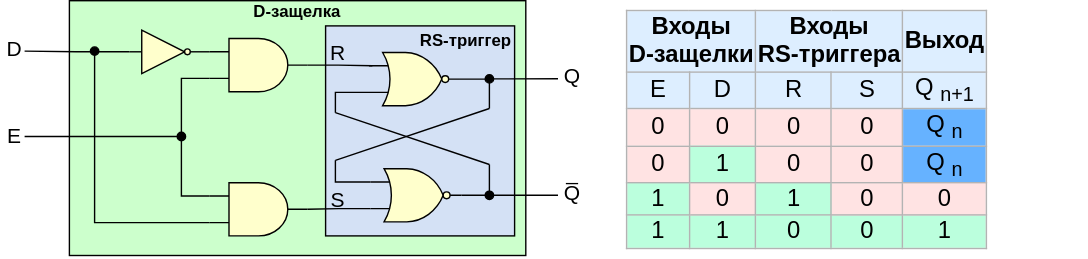
Before: .pic/Introduction/Sequential logic/fig_04.drawio.svg, a diagram exported from draw.io (MPSU/APS). Source tidied: cells renumbered, new cells last; positions are measured from the earlier drawing's top-left corner, leaving out a move shared by most shapes.
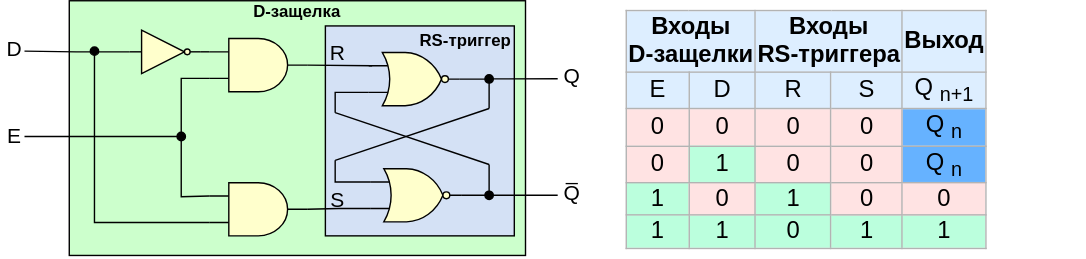
The same diagram one commit later.

Commit message:
Исправление опечатки в рис. 4 Introduction

Fixes #105

The edit, as a diff of the source:
```diff
@@ -136,7 +136,7 @@
     <mxCell id="30" style="edgeStyle=orthogonalEdgeStyle;rounded=0;jettySize=auto;html=1;exitX=1;exitY=0.5;exitDx=0;exitDy=0;exitPerimeter=0;entryX=0;entryY=0.25;entryDx=0;entryDy=0;entryPerimeter=0;endArrow=none;endFill=0;" parent="1" edge="1" source="29" target="26">
       <mxGeometry relative="1" as="geometry" />
     </mxCell>
-    <mxCell id="31" value="&lt;table border=&quot;1&quot; class=&quot;wikitable&quot; style=&quot;text-align: center; font-size: 17px; border: 1px solid rgb(179, 179, 179); border-collapse: collapse;&quot; id=&quot;mwAjk&quot;&gt;&lt;tbody id=&quot;mwAjs&quot;&gt;&lt;tr style=&quot;background:#def;&quot; id=&quot;mwAjw&quot;&gt;&lt;td colspan=&quot;2&quot; id=&quot;mwAj0&quot;&gt;&lt;b&gt;&lt;font style=&quot;font-size: 17px;&quot;&gt;Входы&lt;br&gt;&amp;nbsp;D-защелки&amp;nbsp;&lt;/font&gt;&lt;/b&gt;&lt;/td&gt;&lt;td colspan=&quot;2&quot; id=&quot;mwAj8&quot;&gt;&lt;b id=&quot;mwAkA&quot;&gt;&lt;font style=&quot;font-size: 17px;&quot;&gt;Входы&lt;br&gt;RS-триггера&lt;/font&gt;&lt;/b&gt;&lt;/td&gt;&lt;td colspan=&quot;2&quot;&gt;&lt;b&gt;&lt;font style=&quot;font-size: 17px;&quot;&gt;&amp;nbsp; &amp;nbsp;Выход&amp;nbsp; &amp;nbsp;&lt;/font&gt;&lt;/b&gt;&lt;/td&gt;&lt;/tr&gt;&lt;tr style=&quot;background:#def;&quot; id=&quot;mwAkE&quot;&gt;&lt;td id=&quot;mwAkI&quot;&gt;&lt;font style=&quot;font-size: 17px;&quot;&gt;E&lt;/font&gt;&lt;/td&gt;&lt;td id=&quot;mwAkM&quot;&gt;&lt;font style=&quot;font-size: 17px;&quot;&gt;D&lt;/font&gt;&lt;/td&gt;&lt;td id=&quot;mwAkQ&quot;&gt;&lt;font style=&quot;font-size: 17px;&quot;&gt;R&lt;/font&gt;&lt;/td&gt;&lt;td id=&quot;mwAkU&quot;&gt;&lt;font style=&quot;font-size: 17px;&quot;&gt;S&lt;/font&gt;&lt;/td&gt;&lt;td id=&quot;mwAkY&quot;&gt;&lt;font style=&quot;font-size: 17px;&quot;&gt;Q&lt;sub&gt;n+1&lt;/sub&gt;&lt;/font&gt;&lt;/td&gt;&lt;/tr&gt;&lt;tr id=&quot;mwAko&quot;&gt;&lt;td style=&quot;background-color: rgb(255, 227, 227);&quot; id=&quot;mwAks&quot;&gt;&lt;font style=&quot;font-size: 17px;&quot;&gt;0&lt;/font&gt;&lt;/td&gt;&lt;td style=&quot;background-color: rgb(255, 227, 227);&quot; id=&quot;mwAkw&quot;&gt;&lt;font style=&quot;font-size: 17px;&quot;&gt;0&lt;/font&gt;&lt;/td&gt;&lt;td style=&quot;background: #FFE3E3; color: black; vertical-align: middle; text-align: center;&quot; class=&quot;table-no2&quot; data-mw=&quot;{&amp;quot;parts&amp;quot;:[&amp;quot;|| &amp;quot;,{&amp;quot;template&amp;quot;:{&amp;quot;target&amp;quot;:{&amp;quot;wt&amp;quot;:&amp;quot;no2&amp;quot;,&amp;quot;href&amp;quot;:&amp;quot;./Template:No2&amp;quot;},&amp;quot;params&amp;quot;:{&amp;quot;1&amp;quot;:{&amp;quot;wt&amp;quot;:&amp;quot;0&amp;quot;}},&amp;quot;i&amp;quot;:0}},&amp;quot; &amp;quot;]}&quot; id=&quot;mwASM&quot;&gt;&lt;font style=&quot;font-size: 17px;&quot;&gt;0&lt;/font&gt;&lt;/td&gt;&lt;td style=&quot;background: rgb(255, 227, 227); color: black; vertical-align: middle; text-align: center;&quot; class=&quot;table-yes2&quot; data-mw=&quot;{&amp;quot;parts&amp;quot;:[&amp;quot;|| &amp;quot;,{&amp;quot;template&amp;quot;:{&amp;quot;target&amp;quot;:{&amp;quot;wt&amp;quot;:&amp;quot;yes2&amp;quot;,&amp;quot;href&amp;quot;:&amp;quot;./Template:Yes2&amp;quot;},&amp;quot;params&amp;quot;:{&amp;quot;1&amp;quot;:{&amp;quot;wt&amp;quot;:&amp;quot;1&amp;quot;}},&amp;quot;i&amp;quot;:0}},&amp;quot; &amp;quot;]}&quot; id=&quot;mwASc&quot;&gt;&lt;font style=&quot;font-size: 17px;&quot;&gt;0&lt;/font&gt;&lt;/td&gt;&lt;td style=&quot;background: rgb(102, 178, 255); color: black; text-align: center;&quot; class=&quot;table-no2&quot; data-mw=&quot;{&amp;quot;parts&amp;quot;:[&amp;quot;|| &amp;quot;,{&amp;quot;template&amp;quot;:{&amp;quot;target&amp;quot;:{&amp;quot;wt&amp;quot;:&amp;quot;no2&amp;quot;,&amp;quot;href&amp;quot;:&amp;quot;./Template:No2&amp;quot;},&amp;quot;params&amp;quot;:{&amp;quot;1&amp;quot;:{&amp;quot;wt&amp;quot;:&amp;quot;0&amp;quot;}},&amp;quot;i&amp;quot;:0}},&amp;quot; &amp;quot;]}&quot; id=&quot;mwASM&quot;&gt;&lt;span style=&quot;vertical-align: middle;&quot;&gt;Q&lt;/span&gt;&lt;sub&gt;n&lt;/sub&gt;&lt;br&gt;&lt;/td&gt;&lt;/tr&gt;&lt;tr id=&quot;mwAlM&quot;&gt;&lt;td style=&quot;background-color: rgb(255, 227, 227);&quot; id=&quot;mwAlQ&quot;&gt;&lt;font style=&quot;font-size: 17px;&quot;&gt;0&lt;/font&gt;&lt;/td&gt;&lt;td style=&quot;background-color: rgb(187, 255, 221);&quot; id=&quot;mwAlU&quot;&gt;&lt;font style=&quot;font-size: 17px;&quot;&gt;1&lt;/font&gt;&lt;/td&gt;&lt;td style=&quot;background: #FFE3E3; color: black; vertical-align: middle; text-align: center;&quot; class=&quot;table-no2&quot; data-mw=&quot;{&amp;quot;parts&amp;quot;:[&amp;quot;|| &amp;quot;,{&amp;quot;template&amp;quot;:{&amp;quot;target&amp;quot;:{&amp;quot;wt&amp;quot;:&amp;quot;no2&amp;quot;,&amp;quot;href&amp;quot;:&amp;quot;./Template:No2&amp;quot;},&amp;quot;params&amp;quot;:{&amp;quot;1&amp;quot;:{&amp;quot;wt&amp;quot;:&amp;quot;0&amp;quot;}},&amp;quot;i&amp;quot;:0}},&amp;quot; &amp;quot;]}&quot; id=&quot;mwASM&quot;&gt;&lt;font style=&quot;font-size: 17px;&quot;&gt;0&lt;/font&gt;&lt;/td&gt;&lt;td style=&quot;background: rgb(255, 227, 227); color: black; vertical-align: middle; text-align: center;&quot; class=&quot;table-yes2&quot; data-mw=&quot;{&amp;quot;parts&amp;quot;:[&amp;quot;|| &amp;quot;,{&amp;quot;template&amp;quot;:{&amp;quot;target&amp;quot;:{&amp;quot;wt&amp;quot;:&amp;quot;yes2&amp;quot;,&amp;quot;href&amp;quot;:&amp;quot;./Template:Yes2&amp;quot;},&amp;quot;params&amp;quot;:{&amp;quot;1&amp;quot;:{&amp;quot;wt&amp;quot;:&amp;quot;1&amp;quot;}},&amp;quot;i&amp;quot;:0}},&amp;quot; &amp;quot;]}&quot; id=&quot;mwASc&quot;&gt;&lt;font style=&quot;font-size: 17px;&quot;&gt;0&lt;/font&gt;&lt;/td&gt;&lt;td style=&quot;background: rgb(102, 178, 255); color: black; text-align: center;&quot; class=&quot;table-yes2&quot; data-mw=&quot;{&amp;quot;parts&amp;quot;:[&amp;quot;|| &amp;quot;,{&amp;quot;template&amp;quot;:{&amp;quot;target&amp;quot;:{&amp;quot;wt&amp;quot;:&amp;quot;yes2&amp;quot;,&amp;quot;href&amp;quot;:&amp;quot;./Template:Yes2&amp;quot;},&amp;quot;params&amp;quot;:{&amp;quot;1&amp;quot;:{&amp;quot;wt&amp;quot;:&amp;quot;1&amp;quot;}},&amp;quot;i&amp;quot;:0}},&amp;quot; &amp;quot;]}&quot; id=&quot;mwASc&quot;&gt;&lt;font style=&quot;font-size: 17px;&quot;&gt;&lt;span style=&quot;vertical-align: middle;&quot;&gt;Q&lt;/span&gt;&lt;sub&gt;n&lt;/sub&gt;&lt;/font&gt;&lt;/td&gt;&lt;/tr&gt;&lt;tr id=&quot;mwAlw&quot;&gt;&lt;td style=&quot;background-color: rgb(187, 255, 221);&quot; id=&quot;mwAl0&quot;&gt;&lt;font style=&quot;font-size: 17px;&quot;&gt;1&lt;/font&gt;&lt;/td&gt;&lt;td style=&quot;background-color: rgb(255, 227, 227);&quot; id=&quot;mwAl4&quot;&gt;&lt;font style=&quot;font-size: 17px;&quot;&gt;0&lt;/font&gt;&lt;/td&gt;&lt;td style=&quot;background: rgb(187, 255, 221); color: black; vertical-align: middle; text-align: center;&quot; class=&quot;table-no2&quot; data-mw=&quot;{&amp;quot;parts&amp;quot;:[&amp;quot;|| &amp;quot;,{&amp;quot;template&amp;quot;:{&amp;quot;target&amp;quot;:{&amp;quot;wt&amp;quot;:&amp;quot;no2&amp;quot;,&amp;quot;href&amp;quot;:&amp;quot;./Template:No2&amp;quot;},&amp;quot;params&amp;quot;:{&amp;quot;1&amp;quot;:{&amp;quot;wt&amp;quot;:&amp;quot;0&amp;quot;}},&amp;quot;i&amp;quot;:0}},&amp;quot; &amp;quot;]}&quot; id=&quot;mwASM&quot;&gt;&lt;font style=&quot;font-size: 17px;&quot;&gt;1&lt;/font&gt;&lt;/td&gt;&lt;td style=&quot;background: rgb(255, 227, 227); color: black; vertical-align: middle; text-align: center;&quot; class=&quot;table-yes2&quot; data-mw=&quot;{&amp;quot;parts&amp;quot;:[&amp;quot;|| &amp;quot;,{&amp;quot;template&amp;quot;:{&amp;quot;target&amp;quot;:{&amp;quot;wt&amp;quot;:&amp;quot;yes2&amp;quot;,&amp;quot;href&amp;quot;:&amp;quot;./Template:Yes2&amp;quot;},&amp;quot;params&amp;quot;:{&amp;quot;1&amp;quot;:{&amp;quot;wt&amp;quot;:&amp;quot;1&amp;quot;}},&amp;quot;i&amp;quot;:0}},&amp;quot; &amp;quot;]}&quot; id=&quot;mwASc&quot;&gt;&lt;font style=&quot;font-size: 17px;&quot;&gt;0&lt;/font&gt;&lt;/td&gt;&lt;td style=&quot;background: rgb(255, 227, 227); color: black; vertical-align: middle; text-align: center;&quot; class=&quot;table-yes2&quot; data-mw=&quot;{&amp;quot;parts&amp;quot;:[&amp;quot;|| &amp;quot;,{&amp;quot;template&amp;quot;:{&amp;quot;target&amp;quot;:{&amp;quot;wt&amp;quot;:&amp;quot;yes2&amp;quot;,&amp;quot;href&amp;quot;:&amp;quot;./Template:Yes2&amp;quot;},&amp;quot;params&amp;quot;:{&amp;quot;1&amp;quot;:{&amp;quot;wt&amp;quot;:&amp;quot;1&amp;quot;}},&amp;quot;i&amp;quot;:0}},&amp;quot; &amp;quot;]}&quot; id=&quot;mwASc&quot;&gt;&lt;font style=&quot;font-size: 17px;&quot;&gt;0&lt;/font&gt;&lt;/td&gt;&lt;/tr&gt;&lt;tr id=&quot;mwAmU&quot;&gt;&lt;td style=&quot;background-color: rgb(187, 255, 221);&quot; id=&quot;mwAmY&quot;&gt;&lt;font style=&quot;font-size: 17px;&quot;&gt;1&lt;/font&gt;&lt;/td&gt;&lt;td style=&quot;background-color: rgb(187, 255, 221);&quot; id=&quot;mwAmc&quot;&gt;&lt;font style=&quot;font-size: 17px;&quot;&gt;1&lt;/font&gt;&lt;/td&gt;&lt;td style=&quot;background:#bfd; color:black; vertical-align:middle; text-align:center;&quot; class=&quot;table-yes2&quot; data-mw=&quot;{&amp;quot;parts&amp;quot;:[&amp;quot;|| &amp;quot;,{&amp;quot;template&amp;quot;:{&amp;quot;target&amp;quot;:{&amp;quot;wt&amp;quot;:&amp;quot;yes2&amp;quot;,&amp;quot;href&amp;quot;:&amp;quot;./Template:Yes2&amp;quot;},&amp;quot;params&amp;quot;:{&amp;quot;1&amp;quot;:{&amp;quot;wt&amp;quot;:&amp;quot;1&amp;quot;}},&amp;quot;i&amp;quot;:0}},&amp;quot; &amp;quot;]}&quot; id=&quot;mwASc&quot;&gt;0&lt;/td&gt;&lt;td style=&quot;background: rgb(187, 255, 221); color: black; vertical-align: middle; text-align: center;&quot; class=&quot;table-no2&quot; data-mw=&quot;{&amp;quot;parts&amp;quot;:[&amp;quot;|| &amp;quot;,{&amp;quot;template&amp;quot;:{&amp;quot;target&amp;quot;:{&amp;quot;wt&amp;quot;:&amp;quot;no2&amp;quot;,&amp;quot;href&amp;quot;:&amp;quot;./Template:No2&amp;quot;},&amp;quot;params&amp;quot;:{&amp;quot;1&amp;quot;:{&amp;quot;wt&amp;quot;:&amp;quot;0&amp;quot;}},&amp;quot;i&amp;quot;:0}},&amp;quot; &amp;quot;]}&quot; id=&quot;mwASM&quot;&gt;&lt;font style=&quot;font-size: 17px;&quot;&gt;0&lt;/font&gt;&lt;/td&gt;&lt;td style=&quot;background:#bfd; color:black; vertical-align:middle; text-align:center;&quot; class=&quot;table-yes2&quot; data-mw=&quot;{&amp;quot;parts&amp;quot;:[&amp;quot;|| &amp;quot;,{&amp;quot;template&amp;quot;:{&amp;quot;target&amp;quot;:{&amp;quot;wt&amp;quot;:&amp;quot;yes2&amp;quot;,&amp;quot;href&amp;quot;:&amp;quot;./Template:Yes2&amp;quot;},&amp;quot;params&amp;quot;:{&amp;quot;1&amp;quot;:{&amp;quot;wt&amp;quot;:&amp;quot;1&amp;quot;}},&amp;quot;i&amp;quot;:0}},&amp;quot; &amp;quot;]}&quot; id=&quot;mwASc&quot;&gt;&lt;font style=&quot;font-size: 17px;&quot;&gt;1&lt;/font&gt;&lt;/td&gt;&lt;/tr&gt;&lt;/tbody&gt;&lt;/table&gt;" style="text;whiteSpace=wrap;html=1;strokeColor=none;" parent="1" vertex="1">
+    <mxCell id="31" value="&lt;table border=&quot;1&quot; class=&quot;wikitable&quot; style=&quot;text-align: center; font-size: 17px; border: 1px solid rgb(179, 179, 179); border-collapse: collapse;&quot; id=&quot;mwAjk&quot;&gt;&lt;tbody id=&quot;mwAjs&quot;&gt;&lt;tr style=&quot;background: rgb(221, 238, 255);&quot; id=&quot;mwAjw&quot;&gt;&lt;td colspan=&quot;2&quot; id=&quot;mwAj0&quot;&gt;&lt;b&gt;&lt;font style=&quot;font-size: 17px;&quot;&gt;Входы&lt;br&gt;&amp;nbsp;D-защелки&amp;nbsp;&lt;/font&gt;&lt;/b&gt;&lt;/td&gt;&lt;td colspan=&quot;2&quot; id=&quot;mwAj8&quot;&gt;&lt;b id=&quot;mwAkA&quot;&gt;&lt;font style=&quot;font-size: 17px;&quot;&gt;Входы&lt;br&gt;RS-триггера&lt;/font&gt;&lt;/b&gt;&lt;/td&gt;&lt;td colspan=&quot;2&quot;&gt;&lt;b&gt;&lt;font style=&quot;font-size: 17px;&quot;&gt;&amp;nbsp; &amp;nbsp;Выход&amp;nbsp; &amp;nbsp;&lt;/font&gt;&lt;/b&gt;&lt;/td&gt;&lt;/tr&gt;&lt;tr style=&quot;background: rgb(221, 238, 255);&quot; id=&quot;mwAkE&quot;&gt;&lt;td id=&quot;mwAkI&quot;&gt;&lt;font style=&quot;font-size: 17px;&quot;&gt;E&lt;/font&gt;&lt;/td&gt;&lt;td id=&quot;mwAkM&quot;&gt;&lt;font style=&quot;font-size: 17px;&quot;&gt;D&lt;/font&gt;&lt;/td&gt;&lt;td id=&quot;mwAkQ&quot;&gt;&lt;font style=&quot;font-size: 17px;&quot;&gt;R&lt;/font&gt;&lt;/td&gt;&lt;td id=&quot;mwAkU&quot;&gt;&lt;font style=&quot;font-size: 17px;&quot;&gt;S&lt;/font&gt;&lt;/td&gt;&lt;td id=&quot;mwAkY&quot;&gt;&lt;font style=&quot;font-size: 17px;&quot;&gt;Q&lt;sub&gt;n+1&lt;/sub&gt;&lt;/font&gt;&lt;/td&gt;&lt;/tr&gt;&lt;tr id=&quot;mwAko&quot;&gt;&lt;td style=&quot;background-color: rgb(255, 227, 227);&quot; id=&quot;mwAks&quot;&gt;&lt;font style=&quot;font-size: 17px;&quot;&gt;0&lt;/font&gt;&lt;/td&gt;&lt;td style=&quot;background-color: rgb(255, 227, 227);&quot; id=&quot;mwAkw&quot;&gt;&lt;font style=&quot;font-size: 17px;&quot;&gt;0&lt;/font&gt;&lt;/td&gt;&lt;td style=&quot;background: rgb(255, 227, 227); color: black; vertical-align: middle; text-align: center;&quot; class=&quot;table-no2&quot; data-mw=&quot;{&amp;quot;parts&amp;quot;:[&amp;quot;|| &amp;quot;,{&amp;quot;template&amp;quot;:{&amp;quot;target&amp;quot;:{&amp;quot;wt&amp;quot;:&amp;quot;no2&amp;quot;,&amp;quot;href&amp;quot;:&amp;quot;./Template:No2&amp;quot;},&amp;quot;params&amp;quot;:{&amp;quot;1&amp;quot;:{&amp;quot;wt&amp;quot;:&amp;quot;0&amp;quot;}},&amp;quot;i&amp;quot;:0}},&amp;quot; &amp;quot;]}&quot; id=&quot;mwASM&quot;&gt;&lt;font style=&quot;font-size: 17px;&quot;&gt;0&lt;/font&gt;&lt;/td&gt;&lt;td style=&quot;background: rgb(255, 227, 227); color: black; vertical-align: middle; text-align: center;&quot; class=&quot;table-yes2&quot; data-mw=&quot;{&amp;quot;parts&amp;quot;:[&amp;quot;|| &amp;quot;,{&amp;quot;template&amp;quot;:{&amp;quot;target&amp;quot;:{&amp;quot;wt&amp;quot;:&amp;quot;yes2&amp;quot;,&amp;quot;href&amp;quot;:&amp;quot;./Template:Yes2&amp;quot;},&amp;quot;params&amp;quot;:{&amp;quot;1&amp;quot;:{&amp;quot;wt&amp;quot;:&amp;quot;1&amp;quot;}},&amp;quot;i&amp;quot;:0}},&amp;quot; &amp;quot;]}&quot; id=&quot;mwASc&quot;&gt;&lt;font style=&quot;font-size: 17px;&quot;&gt;0&lt;/font&gt;&lt;/td&gt;&lt;td style=&quot;background: rgb(102, 178, 255); color: black; text-align: center;&quot; class=&quot;table-no2&quot; data-mw=&quot;{&amp;quot;parts&amp;quot;:[&amp;quot;|| &amp;quot;,{&amp;quot;template&amp;quot;:{&amp;quot;target&amp;quot;:{&amp;quot;wt&amp;quot;:&amp;quot;no2&amp;quot;,&amp;quot;href&amp;quot;:&amp;quot;./Template:No2&amp;quot;},&amp;quot;params&amp;quot;:{&amp;quot;1&amp;quot;:{&amp;quot;wt&amp;quot;:&amp;quot;0&amp;quot;}},&amp;quot;i&amp;quot;:0}},&amp;quot; &amp;quot;]}&quot; id=&quot;mwASM&quot;&gt;&lt;span style=&quot;vertical-align: middle;&quot;&gt;Q&lt;/span&gt;&lt;sub&gt;n&lt;/sub&gt;&lt;br&gt;&lt;/td&gt;&lt;/tr&gt;&lt;tr id=&quot;mwAlM&quot;&gt;&lt;td style=&quot;background-color: rgb(255, 227, 227);&quot; id=&quot;mwAlQ&quot;&gt;&lt;font style=&quot;font-size: 17px;&quot;&gt;0&lt;/font&gt;&lt;/td&gt;&lt;td style=&quot;background-color: rgb(187, 255, 221);&quot; id=&quot;mwAlU&quot;&gt;&lt;font style=&quot;font-size: 17px;&quot;&gt;1&lt;/font&gt;&lt;/td&gt;&lt;td style=&quot;background: rgb(255, 227, 227); color: black; vertical-align: middle; text-align: center;&quot; class=&quot;table-no2&quot; data-mw=&quot;{&amp;quot;parts&amp;quot;:[&amp;quot;|| &amp;quot;,{&amp;quot;template&amp;quot;:{&amp;quot;target&amp;quot;:{&amp;quot;wt&amp;quot;:&amp;quot;no2&amp;quot;,&amp;quot;href&amp;quot;:&amp;quot;./Template:No2&amp;quot;},&amp;quot;params&amp;quot;:{&amp;quot;1&amp;quot;:{&amp;quot;wt&amp;quot;:&amp;quot;0&amp;quot;}},&amp;quot;i&amp;quot;:0}},&amp;quot; &amp;quot;]}&quot; id=&quot;mwASM&quot;&gt;&lt;font style=&quot;font-size: 17px;&quot;&gt;0&lt;/font&gt;&lt;/td&gt;&lt;td style=&quot;background: rgb(255, 227, 227); color: black; vertical-align: middle; text-align: center;&quot; class=&quot;table-yes2&quot; data-mw=&quot;{&amp;quot;parts&amp;quot;:[&amp;quot;|| &amp;quot;,{&amp;quot;template&amp;quot;:{&amp;quot;target&amp;quot;:{&amp;quot;wt&amp;quot;:&amp;quot;yes2&amp;quot;,&amp;quot;href&amp;quot;:&amp;quot;./Template:Yes2&amp;quot;},&amp;quot;params&amp;quot;:{&amp;quot;1&amp;quot;:{&amp;quot;wt&amp;quot;:&amp;quot;1&amp;quot;}},&amp;quot;i&amp;quot;:0}},&amp;quot; &amp;quot;]}&quot; id=&quot;mwASc&quot;&gt;&lt;font style=&quot;font-size: 17px;&quot;&gt;0&lt;/font&gt;&lt;/td&gt;&lt;td style=&quot;background: rgb(102, 178, 255); color: black; text-align: center;&quot; class=&quot;table-yes2&quot; data-mw=&quot;{&amp;quot;parts&amp;quot;:[&amp;quot;|| &amp;quot;,{&amp;quot;template&amp;quot;:{&amp;quot;target&amp;quot;:{&amp;quot;wt&amp;quot;:&amp;quot;yes2&amp;quot;,&amp;quot;href&amp;quot;:&amp;quot;./Template:Yes2&amp;quot;},&amp;quot;params&amp;quot;:{&amp;quot;1&amp;quot;:{&amp;quot;wt&amp;quot;:&amp;quot;1&amp;quot;}},&amp;quot;i&amp;quot;:0}},&amp;quot; &amp;quot;]}&quot; id=&quot;mwASc&quot;&gt;&lt;font style=&quot;font-size: 17px;&quot;&gt;&lt;span style=&quot;vertical-align: middle;&quot;&gt;Q&lt;/span&gt;&lt;sub&gt;n&lt;/sub&gt;&lt;/font&gt;&lt;/td&gt;&lt;/tr&gt;&lt;tr id=&quot;mwAlw&quot;&gt;&lt;td style=&quot;background-color: rgb(187, 255, 221);&quot; id=&quot;mwAl0&quot;&gt;&lt;font style=&quot;font-size: 17px;&quot;&gt;1&lt;/font&gt;&lt;/td&gt;&lt;td style=&quot;background-color: rgb(255, 227, 227);&quot; id=&quot;mwAl4&quot;&gt;&lt;font style=&quot;font-size: 17px;&quot;&gt;0&lt;/font&gt;&lt;/td&gt;&lt;td style=&quot;background: rgb(187, 255, 221); color: black; vertical-align: middle; text-align: center;&quot; class=&quot;table-no2&quot; data-mw=&quot;{&amp;quot;parts&amp;quot;:[&amp;quot;|| &amp;quot;,{&amp;quot;template&amp;quot;:{&amp;quot;target&amp;quot;:{&amp;quot;wt&amp;quot;:&amp;quot;no2&amp;quot;,&amp;quot;href&amp;quot;:&amp;quot;./Template:No2&amp;quot;},&amp;quot;params&amp;quot;:{&amp;quot;1&amp;quot;:{&amp;quot;wt&amp;quot;:&amp;quot;0&amp;quot;}},&amp;quot;i&amp;quot;:0}},&amp;quot; &amp;quot;]}&quot; id=&quot;mwASM&quot;&gt;&lt;font style=&quot;font-size: 17px;&quot;&gt;1&lt;/font&gt;&lt;/td&gt;&lt;td style=&quot;background: rgb(255, 227, 227); color: black; vertical-align: middle; text-align: center;&quot; class=&quot;table-yes2&quot; data-mw=&quot;{&amp;quot;parts&amp;quot;:[&amp;quot;|| &amp;quot;,{&amp;quot;template&amp;quot;:{&amp;quot;target&amp;quot;:{&amp;quot;wt&amp;quot;:&amp;quot;yes2&amp;quot;,&amp;quot;href&amp;quot;:&amp;quot;./Template:Yes2&amp;quot;},&amp;quot;params&amp;quot;:{&amp;quot;1&amp;quot;:{&amp;quot;wt&amp;quot;:&amp;quot;1&amp;quot;}},&amp;quot;i&amp;quot;:0}},&amp;quot; &amp;quot;]}&quot; id=&quot;mwASc&quot;&gt;&lt;font style=&quot;font-size: 17px;&quot;&gt;0&lt;/font&gt;&lt;/td&gt;&lt;td style=&quot;background: rgb(255, 227, 227); color: black; vertical-align: middle; text-align: center;&quot; class=&quot;table-yes2&quot; data-mw=&quot;{&amp;quot;parts&amp;quot;:[&amp;quot;|| &amp;quot;,{&amp;quot;template&amp;quot;:{&amp;quot;target&amp;quot;:{&amp;quot;wt&amp;quot;:&amp;quot;yes2&amp;quot;,&amp;quot;href&amp;quot;:&amp;quot;./Template:Yes2&amp;quot;},&amp;quot;params&amp;quot;:{&amp;quot;1&amp;quot;:{&amp;quot;wt&amp;quot;:&amp;quot;1&amp;quot;}},&amp;quot;i&amp;quot;:0}},&amp;quot; &amp;quot;]}&quot; id=&quot;mwASc&quot;&gt;&lt;font style=&quot;font-size: 17px;&quot;&gt;0&lt;/font&gt;&lt;/td&gt;&lt;/tr&gt;&lt;tr id=&quot;mwAmU&quot;&gt;&lt;td style=&quot;background-color: rgb(187, 255, 221);&quot; id=&quot;mwAmY&quot;&gt;&lt;font style=&quot;font-size: 17px;&quot;&gt;1&lt;/font&gt;&lt;/td&gt;&lt;td style=&quot;background-color: rgb(187, 255, 221);&quot; id=&quot;mwAmc&quot;&gt;&lt;font style=&quot;font-size: 17px;&quot;&gt;1&lt;/font&gt;&lt;/td&gt;&lt;td style=&quot;background: rgb(187, 255, 221); color: black; vertical-align: middle; text-align: center;&quot; class=&quot;table-yes2&quot; data-mw=&quot;{&amp;quot;parts&amp;quot;:[&amp;quot;|| &amp;quot;,{&amp;quot;template&amp;quot;:{&amp;quot;target&amp;quot;:{&amp;quot;wt&amp;quot;:&amp;quot;yes2&amp;quot;,&amp;quot;href&amp;quot;:&amp;quot;./Template:Yes2&amp;quot;},&amp;quot;params&amp;quot;:{&amp;quot;1&amp;quot;:{&amp;quot;wt&amp;quot;:&amp;quot;1&amp;quot;}},&amp;quot;i&amp;quot;:0}},&amp;quot; &amp;quot;]}&quot; id=&quot;mwASc&quot;&gt;0&lt;/td&gt;&lt;td style=&quot;background: rgb(187, 255, 221); color: black; vertical-align: middle; text-align: center;&quot; class=&quot;table-no2&quot; data-mw=&quot;{&amp;quot;parts&amp;quot;:[&amp;quot;|| &amp;quot;,{&amp;quot;template&amp;quot;:{&amp;quot;target&amp;quot;:{&amp;quot;wt&amp;quot;:&amp;quot;no2&amp;quot;,&amp;quot;href&amp;quot;:&amp;quot;./Template:No2&amp;quot;},&amp;quot;params&amp;quot;:{&amp;quot;1&amp;quot;:{&amp;quot;wt&amp;quot;:&amp;quot;0&amp;quot;}},&amp;quot;i&amp;quot;:0}},&amp;quot; &amp;quot;]}&quot; id=&quot;mwASM&quot;&gt;&lt;font style=&quot;font-size: 17px;&quot;&gt;1&lt;/font&gt;&lt;/td&gt;&lt;td style=&quot;background: rgb(187, 255, 221); color: black; vertical-align: middle; text-align: center;&quot; class=&quot;table-yes2&quot; data-mw=&quot;{&amp;quot;parts&amp;quot;:[&amp;quot;|| &amp;quot;,{&amp;quot;template&amp;quot;:{&amp;quot;target&amp;quot;:{&amp;quot;wt&amp;quot;:&amp;quot;yes2&amp;quot;,&amp;quot;href&amp;quot;:&amp;quot;./Template:Yes2&amp;quot;},&amp;quot;params&amp;quot;:{&amp;quot;1&amp;quot;:{&amp;quot;wt&amp;quot;:&amp;quot;1&amp;quot;}},&amp;quot;i&amp;quot;:0}},&amp;quot; &amp;quot;]}&quot; id=&quot;mwASc&quot;&gt;&lt;font style=&quot;font-size: 17px;&quot;&gt;1&lt;/font&gt;&lt;/td&gt;&lt;/tr&gt;&lt;/tbody&gt;&lt;/table&gt;" style="text;whiteSpace=wrap;html=1;strokeColor=none;" parent="1" vertex="1">
       <mxGeometry x="445" width="331" height="184" as="geometry" />
     </mxCell>
   </root>
```
